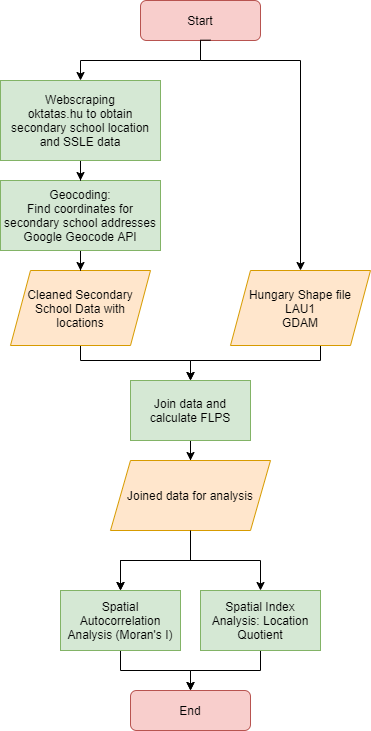
Above: graphs&images/flowchart.png in botivegh/ucl-gis-2020-assessment (draw.io), before the change. Source tidied: cells renumbered, new cells last; positions are measured from the earlier drawing's top-left corner, leaving out a move shared by most shapes.
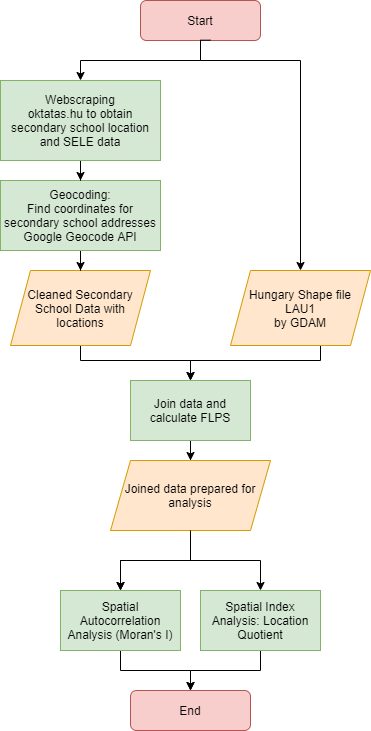
After the commit.

Commit message:
text close to be finalised

The edit, as a diff of the source:
```diff
@@ -16,7 +16,7 @@
         </Array>
       </mxGeometry>
     </mxCell>
-    <mxCell id="5" value="Hungary Shape file&lt;br&gt;LAU1&lt;br&gt;GDAM" style="shape=parallelogram;perimeter=parallelogramPerimeter;whiteSpace=wrap;html=1;fixedSize=1;fillColor=#ffe6cc;strokeColor=#d79b00;" parent="1" vertex="1">
+    <mxCell id="5" value="Hungary Shape file&lt;br&gt;LAU1&lt;br&gt;by GDAM" style="shape=parallelogram;perimeter=parallelogramPerimeter;whiteSpace=wrap;html=1;fixedSize=1;fillColor=#ffe6cc;strokeColor=#d79b00;" parent="1" vertex="1">
       <mxGeometry x="230" y="270" width="140" height="75" as="geometry" />
     </mxCell>
     <mxCell id="6" style="edgeStyle=orthogonalEdgeStyle;rounded=0;jettySize=auto;html=1;entryX=0.5;entryY=0;entryDx=0;entryDy=0;" parent="1" edge="1" source="7" target="13">
@@ -39,7 +39,7 @@
     <mxCell id="10" style="edgeStyle=orthogonalEdgeStyle;rounded=0;jettySize=auto;html=1;" parent="1" edge="1" source="11" target="9">
       <mxGeometry relative="1" as="geometry" />
     </mxCell>
-    <mxCell id="11" value="&lt;span&gt;Webscraping&lt;/span&gt;&lt;br&gt;&lt;span&gt;oktatas.hu to obtain secondary school location and SSLE data&lt;/span&gt;" style="rounded=0;whiteSpace=wrap;html=1;fillColor=#d5e8d4;strokeColor=#82b366;" parent="1" vertex="1">
+    <mxCell id="11" value="&lt;span&gt;Webscraping&lt;/span&gt;&lt;br&gt;&lt;span&gt;oktatas.hu to obtain secondary school location and SELE data&lt;/span&gt;" style="rounded=0;whiteSpace=wrap;html=1;fillColor=#d5e8d4;strokeColor=#82b366;" parent="1" vertex="1">
       <mxGeometry y="80" width="160" height="80" as="geometry" />
     </mxCell>
     <mxCell id="12" style="edgeStyle=orthogonalEdgeStyle;rounded=0;jettySize=auto;html=1;" parent="1" edge="1" source="13" target="16">
@@ -54,7 +54,7 @@
     <mxCell id="15" style="edgeStyle=orthogonalEdgeStyle;rounded=0;jettySize=auto;html=1;" parent="1" edge="1" source="16" target="18">
       <mxGeometry relative="1" as="geometry" />
     </mxCell>
-    <mxCell id="16" value="Joined data for analysis" style="shape=parallelogram;perimeter=parallelogramPerimeter;whiteSpace=wrap;html=1;fixedSize=1;fillColor=#ffe6cc;strokeColor=#d79b00;" parent="1" vertex="1">
+    <mxCell id="16" value="Joined data prepared for analysis" style="shape=parallelogram;perimeter=parallelogramPerimeter;whiteSpace=wrap;html=1;fixedSize=1;fillColor=#ffe6cc;strokeColor=#d79b00;" parent="1" vertex="1">
       <mxGeometry x="110" y="460" width="160" height="70" as="geometry" />
     </mxCell>
     <mxCell id="17" style="edgeStyle=orthogonalEdgeStyle;rounded=0;jettySize=auto;html=1;" parent="1" edge="1" source="18" target="23">
```
